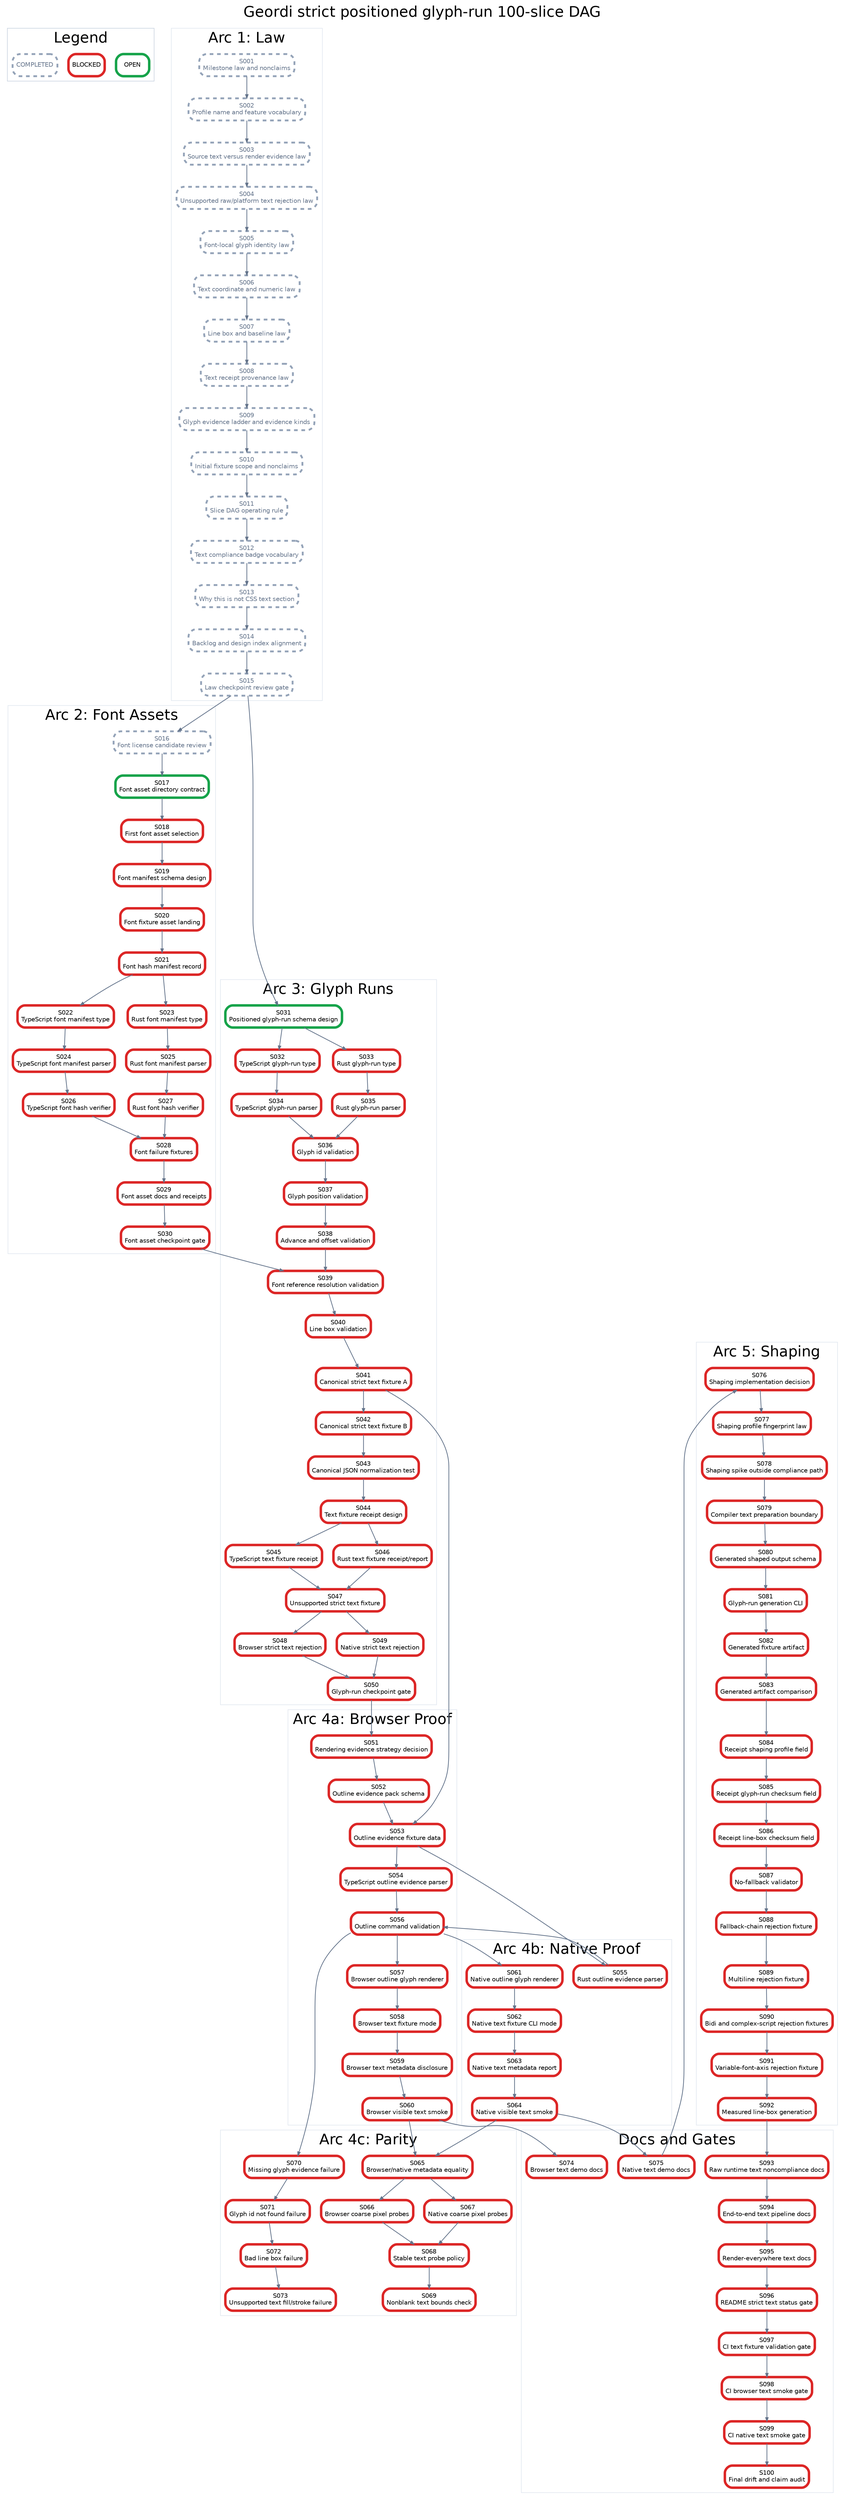
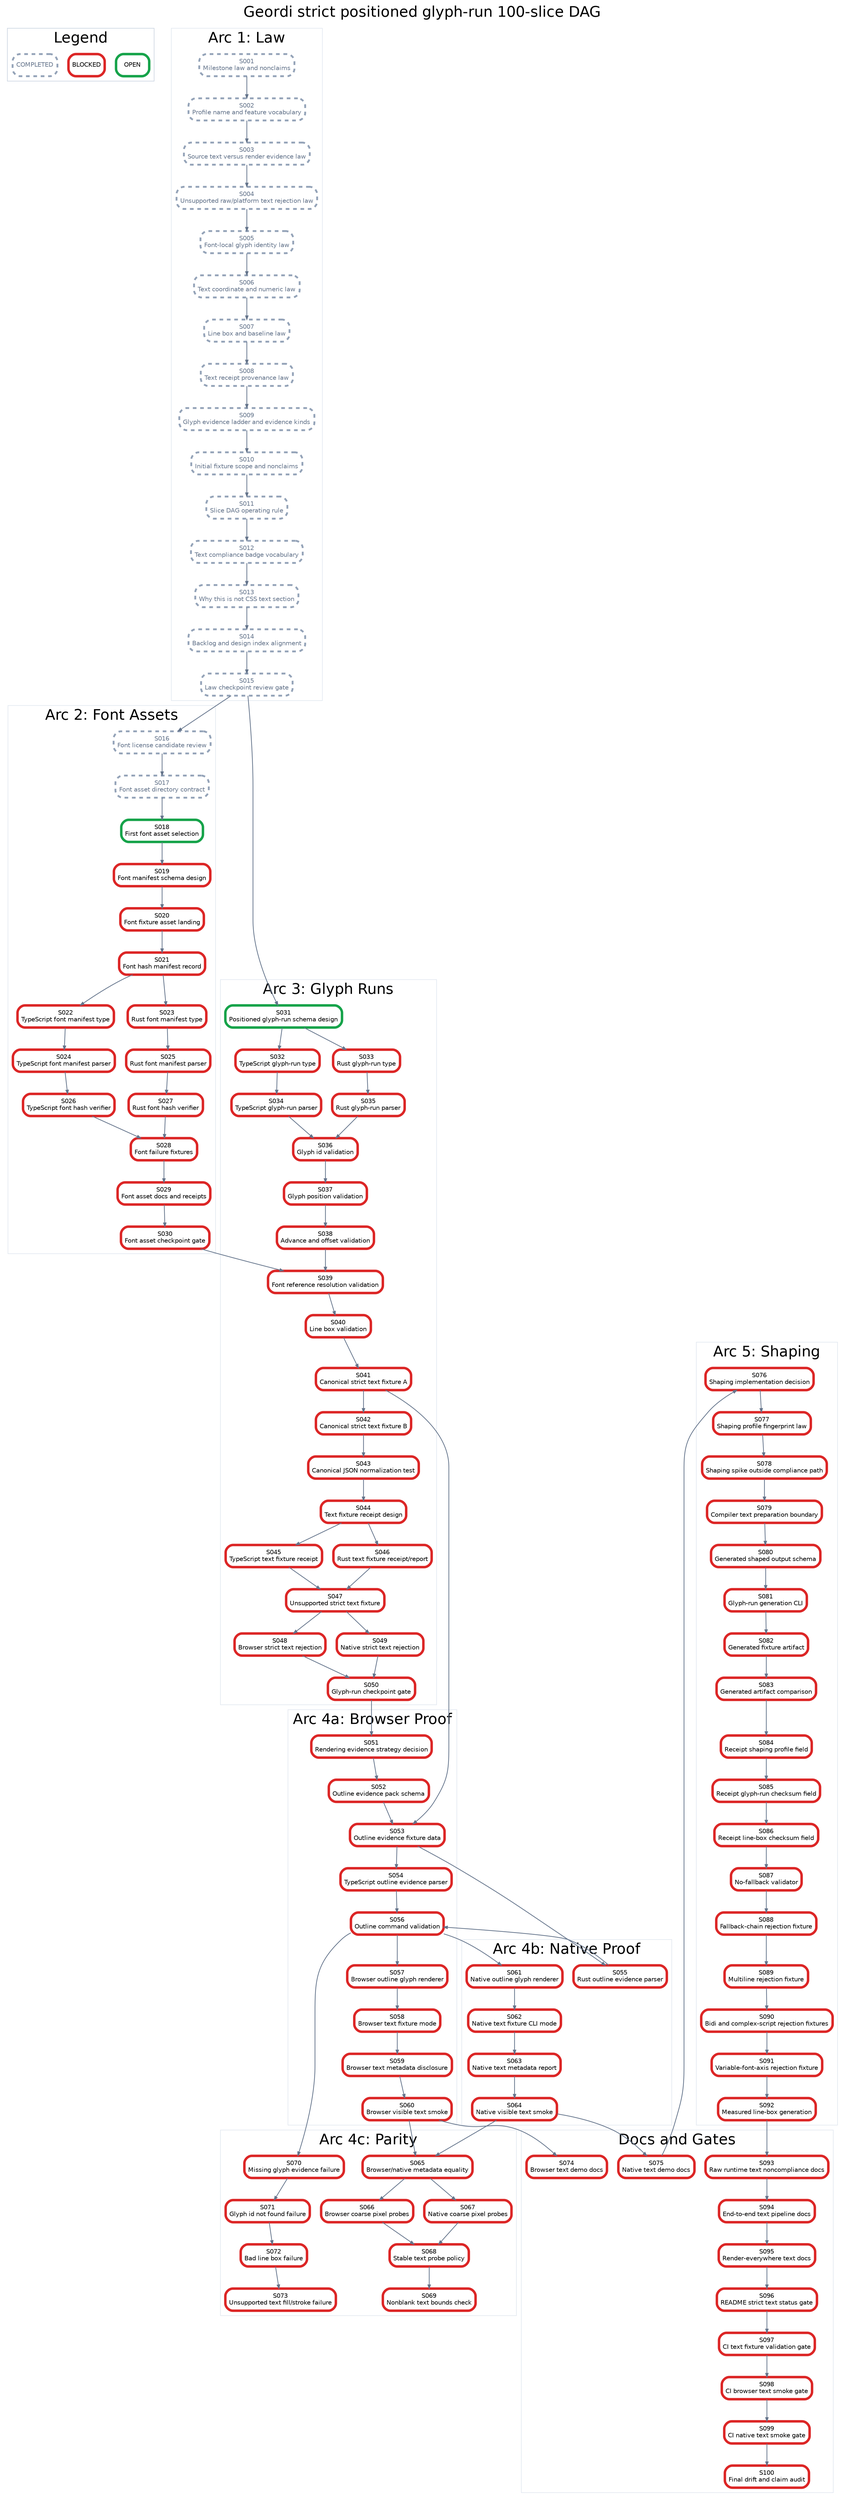
digraph StrictPositionedGlyphRunPlan {
  graph [rankdir=TB, bgcolor="white", fontname="Helvetica", label="Geordi strict positioned glyph-run 100-slice DAG", labelloc="t", fontsize=24];
  node [shape=box, style="rounded,filled", fillcolor="white", fontname="Helvetica", fontsize=10, margin="0.08,0.05"];
  edge [color="#64748b", arrowsize=0.6, penwidth=1.2];

  subgraph cluster_legend {
    label="Legend";
    color="#cbd5e1";
    legend_open [label="OPEN", color="#16a34a", penwidth=4];
    legend_blocked [label="BLOCKED", color="#dc2626", penwidth=4];
    legend_done [label="COMPLETED", color="#94a3b8", penwidth=3, style="rounded,filled,dashed", fontcolor="#64748b"];
  }

  subgraph cluster_law {
    label="Arc 1: Law";
    color="#e2e8f0";
    S001 [label="S001\nMilestone law and nonclaims", color="#94a3b8", penwidth=3, style="rounded,filled,dashed", fontcolor="#64748b"];
    S002 [label="S002\nProfile name and feature vocabulary", color="#94a3b8", penwidth=3, style="rounded,filled,dashed", fontcolor="#64748b"];
    S003 [label="S003\nSource text versus render evidence law", color="#94a3b8", penwidth=3, style="rounded,filled,dashed", fontcolor="#64748b"];
    S004 [label="S004\nUnsupported raw/platform text rejection law", color="#94a3b8", penwidth=3, style="rounded,filled,dashed", fontcolor="#64748b"];
    S005 [label="S005\nFont-local glyph identity law", color="#94a3b8", penwidth=3, style="rounded,filled,dashed", fontcolor="#64748b"];
    S006 [label="S006\nText coordinate and numeric law", color="#94a3b8", penwidth=3, style="rounded,filled,dashed", fontcolor="#64748b"];
    S007 [label="S007\nLine box and baseline law", color="#94a3b8", penwidth=3, style="rounded,filled,dashed", fontcolor="#64748b"];
    S008 [label="S008\nText receipt provenance law", color="#94a3b8", penwidth=3, style="rounded,filled,dashed", fontcolor="#64748b"];
    S009 [label="S009\nGlyph evidence ladder and evidence kinds", color="#94a3b8", penwidth=3, style="rounded,filled,dashed", fontcolor="#64748b"];
    S010 [label="S010\nInitial fixture scope and nonclaims", color="#94a3b8", penwidth=3, style="rounded,filled,dashed", fontcolor="#64748b"];
    S011 [label="S011\nSlice DAG operating rule", color="#94a3b8", penwidth=3, style="rounded,filled,dashed", fontcolor="#64748b"];
    S012 [label="S012\nText compliance badge vocabulary", color="#94a3b8", penwidth=3, style="rounded,filled,dashed", fontcolor="#64748b"];
    S013 [label="S013\nWhy this is not CSS text section", color="#94a3b8", penwidth=3, style="rounded,filled,dashed", fontcolor="#64748b"];
    S014 [label="S014\nBacklog and design index alignment", color="#94a3b8", penwidth=3, style="rounded,filled,dashed", fontcolor="#64748b"];
    S015 [label="S015\nLaw checkpoint review gate", color="#94a3b8", penwidth=3, style="rounded,filled,dashed", fontcolor="#64748b"];
  }

  subgraph cluster_assets {
    label="Arc 2: Font Assets";
    color="#e2e8f0";
    S016 [label="S016\nFont license candidate review", color="#94a3b8", penwidth=3, style="rounded,filled,dashed", fontcolor="#64748b"];
-     S017 [label="S017\nFont asset directory contract", color="#16a34a", penwidth=4];
-     S018 [label="S018\nFirst font asset selection", color="#dc2626", penwidth=4];
+     S017 [label="S017\nFont asset directory contract", color="#94a3b8", penwidth=3, style="rounded,filled,dashed", fontcolor="#64748b"];
+     S018 [label="S018\nFirst font asset selection", color="#16a34a", penwidth=4];
    S019 [label="S019\nFont manifest schema design", color="#dc2626", penwidth=4];
    S020 [label="S020\nFont fixture asset landing", color="#dc2626", penwidth=4];
    S021 [label="S021\nFont hash manifest record", color="#dc2626", penwidth=4];
    S022 [label="S022\nTypeScript font manifest type", color="#dc2626", penwidth=4];
    S023 [label="S023\nRust font manifest type", color="#dc2626", penwidth=4];
    S024 [label="S024\nTypeScript font manifest parser", color="#dc2626", penwidth=4];
    S025 [label="S025\nRust font manifest parser", color="#dc2626", penwidth=4];
    S026 [label="S026\nTypeScript font hash verifier", color="#dc2626", penwidth=4];
    S027 [label="S027\nRust font hash verifier", color="#dc2626", penwidth=4];
    S028 [label="S028\nFont failure fixtures", color="#dc2626", penwidth=4];
    S029 [label="S029\nFont asset docs and receipts", color="#dc2626", penwidth=4];
    S030 [label="S030\nFont asset checkpoint gate", color="#dc2626", penwidth=4];
  }

  subgraph cluster_glyph {
    label="Arc 3: Glyph Runs";
    color="#e2e8f0";
    S031 [label="S031\nPositioned glyph-run schema design", color="#16a34a", penwidth=4];
    S032 [label="S032\nTypeScript glyph-run type", color="#dc2626", penwidth=4];
    S033 [label="S033\nRust glyph-run type", color="#dc2626", penwidth=4];
    S034 [label="S034\nTypeScript glyph-run parser", color="#dc2626", penwidth=4];
    S035 [label="S035\nRust glyph-run parser", color="#dc2626", penwidth=4];
    S036 [label="S036\nGlyph id validation", color="#dc2626", penwidth=4];
    S037 [label="S037\nGlyph position validation", color="#dc2626", penwidth=4];
    S038 [label="S038\nAdvance and offset validation", color="#dc2626", penwidth=4];
    S039 [label="S039\nFont reference resolution validation", color="#dc2626", penwidth=4];
    S040 [label="S040\nLine box validation", color="#dc2626", penwidth=4];
    S041 [label="S041\nCanonical strict text fixture A", color="#dc2626", penwidth=4];
    S042 [label="S042\nCanonical strict text fixture B", color="#dc2626", penwidth=4];
    S043 [label="S043\nCanonical JSON normalization test", color="#dc2626", penwidth=4];
    S044 [label="S044\nText fixture receipt design", color="#dc2626", penwidth=4];
    S045 [label="S045\nTypeScript text fixture receipt", color="#dc2626", penwidth=4];
    S046 [label="S046\nRust text fixture receipt/report", color="#dc2626", penwidth=4];
    S047 [label="S047\nUnsupported strict text fixture", color="#dc2626", penwidth=4];
    S048 [label="S048\nBrowser strict text rejection", color="#dc2626", penwidth=4];
    S049 [label="S049\nNative strict text rejection", color="#dc2626", penwidth=4];
    S050 [label="S050\nGlyph-run checkpoint gate", color="#dc2626", penwidth=4];
  }

  subgraph cluster_browser {
    label="Arc 4a: Browser Proof";
    color="#e2e8f0";
    S051 [label="S051\nRendering evidence strategy decision", color="#dc2626", penwidth=4];
    S052 [label="S052\nOutline evidence pack schema", color="#dc2626", penwidth=4];
    S053 [label="S053\nOutline evidence fixture data", color="#dc2626", penwidth=4];
    S054 [label="S054\nTypeScript outline evidence parser", color="#dc2626", penwidth=4];
    S056 [label="S056\nOutline command validation", color="#dc2626", penwidth=4];
    S057 [label="S057\nBrowser outline glyph renderer", color="#dc2626", penwidth=4];
    S058 [label="S058\nBrowser text fixture mode", color="#dc2626", penwidth=4];
    S059 [label="S059\nBrowser text metadata disclosure", color="#dc2626", penwidth=4];
    S060 [label="S060\nBrowser visible text smoke", color="#dc2626", penwidth=4];
  }

  subgraph cluster_native {
    label="Arc 4b: Native Proof";
    color="#e2e8f0";
    S055 [label="S055\nRust outline evidence parser", color="#dc2626", penwidth=4];
    S061 [label="S061\nNative outline glyph renderer", color="#dc2626", penwidth=4];
    S062 [label="S062\nNative text fixture CLI mode", color="#dc2626", penwidth=4];
    S063 [label="S063\nNative text metadata report", color="#dc2626", penwidth=4];
    S064 [label="S064\nNative visible text smoke", color="#dc2626", penwidth=4];
  }

  subgraph cluster_parity {
    label="Arc 4c: Parity";
    color="#e2e8f0";
    S065 [label="S065\nBrowser/native metadata equality", color="#dc2626", penwidth=4];
    S066 [label="S066\nBrowser coarse pixel probes", color="#dc2626", penwidth=4];
    S067 [label="S067\nNative coarse pixel probes", color="#dc2626", penwidth=4];
    S068 [label="S068\nStable text probe policy", color="#dc2626", penwidth=4];
    S069 [label="S069\nNonblank text bounds check", color="#dc2626", penwidth=4];
    S070 [label="S070\nMissing glyph evidence failure", color="#dc2626", penwidth=4];
    S071 [label="S071\nGlyph id not found failure", color="#dc2626", penwidth=4];
    S072 [label="S072\nBad line box failure", color="#dc2626", penwidth=4];
    S073 [label="S073\nUnsupported text fill/stroke failure", color="#dc2626", penwidth=4];
  }

  subgraph cluster_shaping {
    label="Arc 5: Shaping";
    color="#e2e8f0";
    S076 [label="S076\nShaping implementation decision", color="#dc2626", penwidth=4];
    S077 [label="S077\nShaping profile fingerprint law", color="#dc2626", penwidth=4];
    S078 [label="S078\nShaping spike outside compliance path", color="#dc2626", penwidth=4];
    S079 [label="S079\nCompiler text preparation boundary", color="#dc2626", penwidth=4];
    S080 [label="S080\nGenerated shaped output schema", color="#dc2626", penwidth=4];
    S081 [label="S081\nGlyph-run generation CLI", color="#dc2626", penwidth=4];
    S082 [label="S082\nGenerated fixture artifact", color="#dc2626", penwidth=4];
    S083 [label="S083\nGenerated artifact comparison", color="#dc2626", penwidth=4];
    S084 [label="S084\nReceipt shaping profile field", color="#dc2626", penwidth=4];
    S085 [label="S085\nReceipt glyph-run checksum field", color="#dc2626", penwidth=4];
    S086 [label="S086\nReceipt line-box checksum field", color="#dc2626", penwidth=4];
    S087 [label="S087\nNo-fallback validator", color="#dc2626", penwidth=4];
    S088 [label="S088\nFallback-chain rejection fixture", color="#dc2626", penwidth=4];
    S089 [label="S089\nMultiline rejection fixture", color="#dc2626", penwidth=4];
    S090 [label="S090\nBidi and complex-script rejection fixtures", color="#dc2626", penwidth=4];
    S091 [label="S091\nVariable-font-axis rejection fixture", color="#dc2626", penwidth=4];
    S092 [label="S092\nMeasured line-box generation", color="#dc2626", penwidth=4];
  }

  subgraph cluster_docs {
    label="Docs and Gates";
    color="#e2e8f0";
    S074 [label="S074\nBrowser text demo docs", color="#dc2626", penwidth=4];
    S075 [label="S075\nNative text demo docs", color="#dc2626", penwidth=4];
    S093 [label="S093\nRaw runtime text noncompliance docs", color="#dc2626", penwidth=4];
    S094 [label="S094\nEnd-to-end text pipeline docs", color="#dc2626", penwidth=4];
    S095 [label="S095\nRender-everywhere text docs", color="#dc2626", penwidth=4];
    S096 [label="S096\nREADME strict text status gate", color="#dc2626", penwidth=4];
    S097 [label="S097\nCI text fixture validation gate", color="#dc2626", penwidth=4];
    S098 [label="S098\nCI browser text smoke gate", color="#dc2626", penwidth=4];
    S099 [label="S099\nCI native text smoke gate", color="#dc2626", penwidth=4];
    S100 [label="S100\nFinal drift and claim audit", color="#dc2626", penwidth=4];
  }

  S001 -> S002;
  S002 -> S003;
  S003 -> S004;
  S004 -> S005;
  S005 -> S006;
  S006 -> S007;
  S007 -> S008;
  S008 -> S009;
  S009 -> S010;
  S010 -> S011;
  S011 -> S012;
  S012 -> S013;
  S013 -> S014;
  S014 -> S015;
  S015 -> S016;
  S016 -> S017;
  S017 -> S018;
  S018 -> S019;
  S019 -> S020;
  S020 -> S021;
  S021 -> S022;
  S021 -> S023;
  S022 -> S024;
  S023 -> S025;
  S024 -> S026;
  S025 -> S027;
  S026 -> S028;
  S027 -> S028;
  S028 -> S029;
  S029 -> S030;
  S015 -> S031;
  S031 -> S032;
  S031 -> S033;
  S032 -> S034;
  S033 -> S035;
  S034 -> S036;
  S035 -> S036;
  S036 -> S037;
  S037 -> S038;
  S038 -> S039;
  S039 -> S040;
  S030 -> S039;
  S040 -> S041;
  S041 -> S042;
  S042 -> S043;
  S043 -> S044;
  S044 -> S045;
  S044 -> S046;
  S045 -> S047;
  S046 -> S047;
  S047 -> S048;
  S047 -> S049;
  S048 -> S050;
  S049 -> S050;
  S050 -> S051;
  S051 -> S052;
  S052 -> S053;
  S041 -> S053;
  S053 -> S054;
  S053 -> S055;
  S054 -> S056;
  S055 -> S056;
  S056 -> S057;
  S057 -> S058;
  S058 -> S059;
  S059 -> S060;
  S056 -> S061;
  S061 -> S062;
  S062 -> S063;
  S063 -> S064;
  S060 -> S065;
  S064 -> S065;
  S065 -> S066;
  S065 -> S067;
  S066 -> S068;
  S067 -> S068;
  S068 -> S069;
  S056 -> S070;
  S070 -> S071;
  S071 -> S072;
  S072 -> S073;
  S060 -> S074;
  S064 -> S075;
  S075 -> S076;
  S076 -> S077;
  S077 -> S078;
  S078 -> S079;
  S079 -> S080;
  S080 -> S081;
  S081 -> S082;
  S082 -> S083;
  S083 -> S084;
  S084 -> S085;
  S085 -> S086;
  S086 -> S087;
  S087 -> S088;
  S088 -> S089;
  S089 -> S090;
  S090 -> S091;
  S091 -> S092;
  S092 -> S093;
  S093 -> S094;
  S094 -> S095;
  S095 -> S096;
  S096 -> S097;
  S097 -> S098;
  S098 -> S099;
  S099 -> S100;
}
